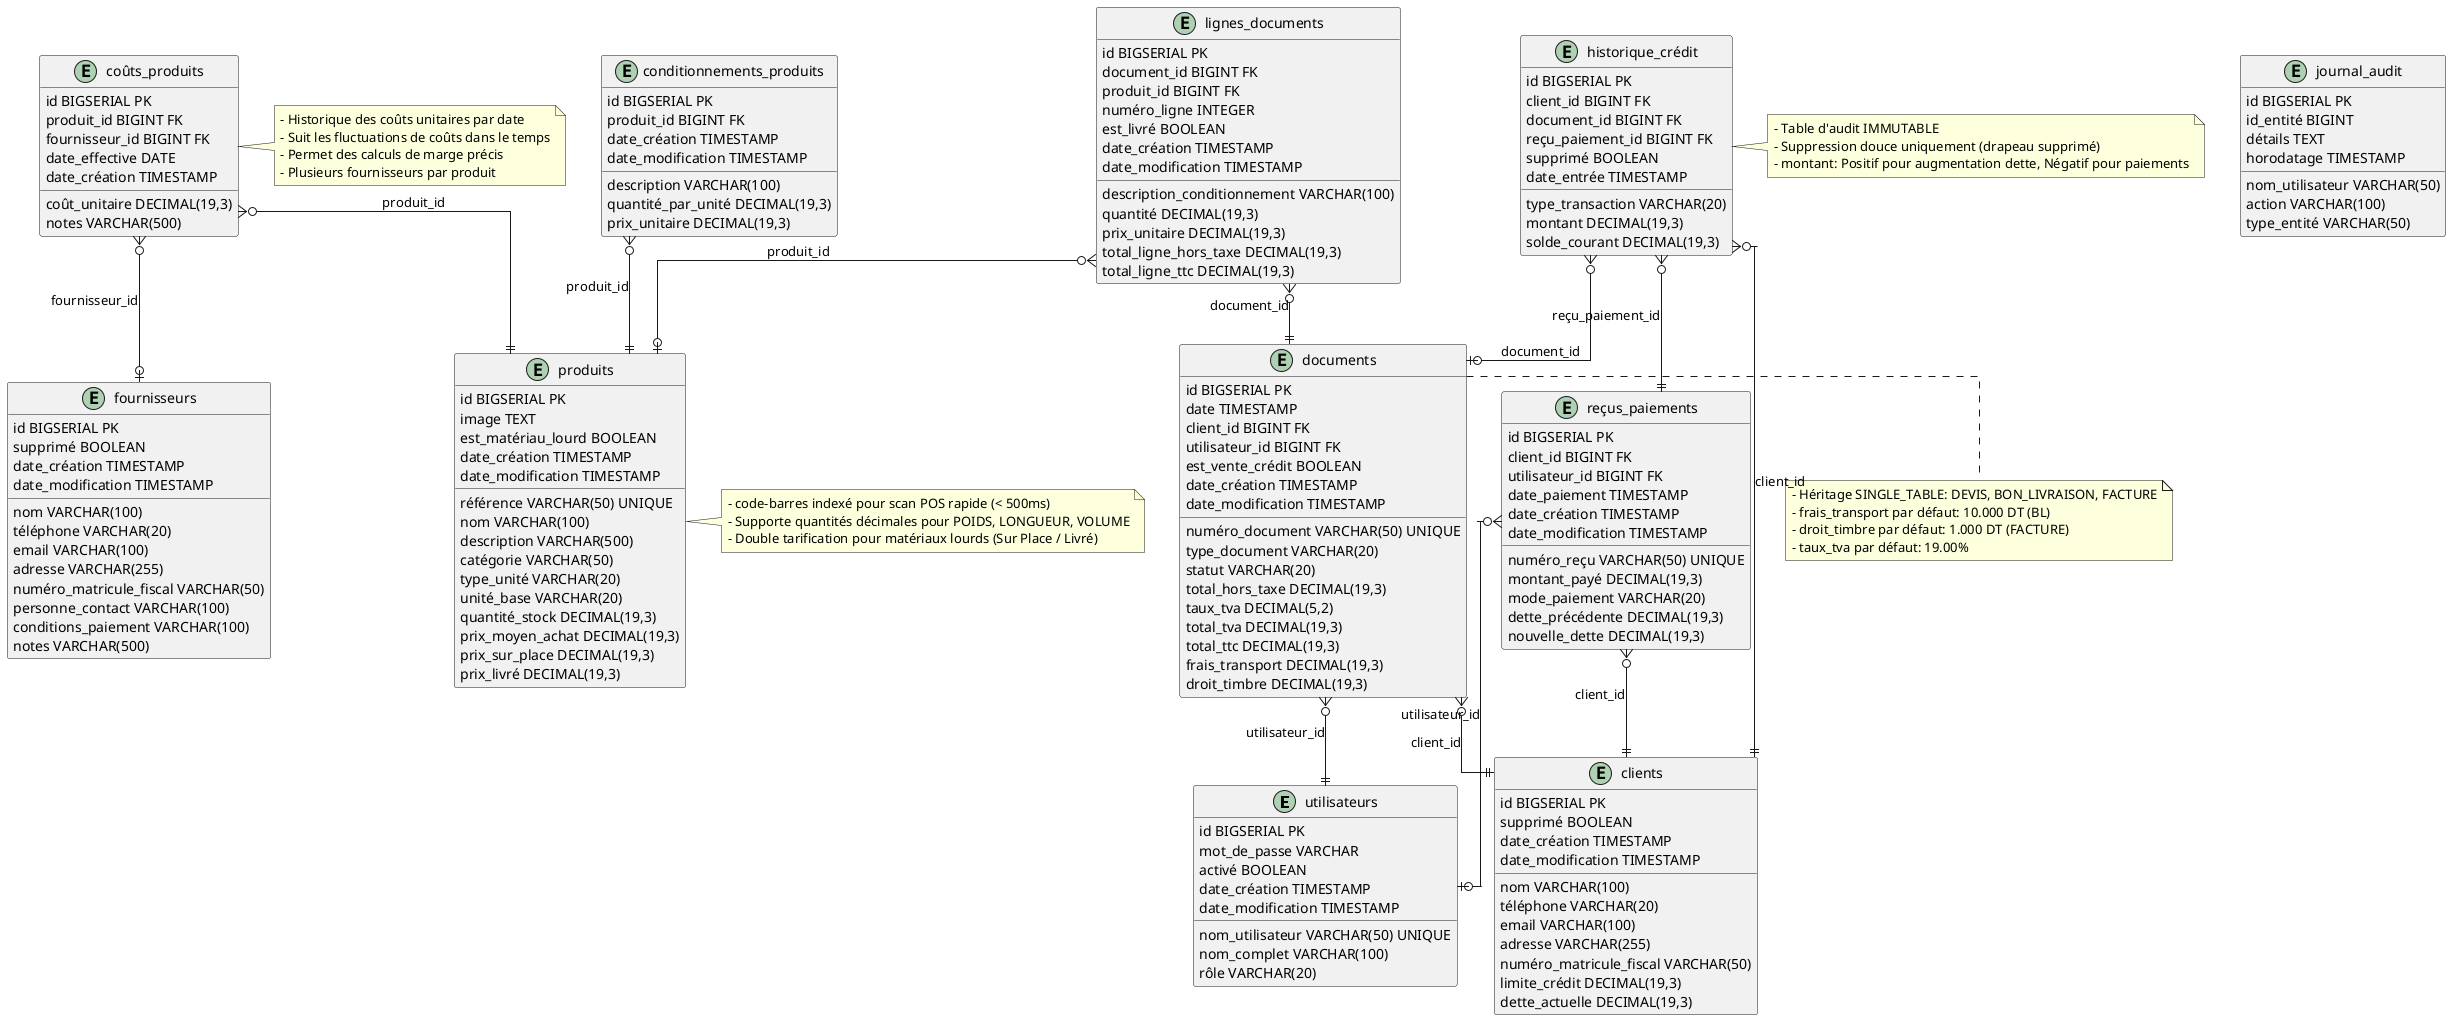
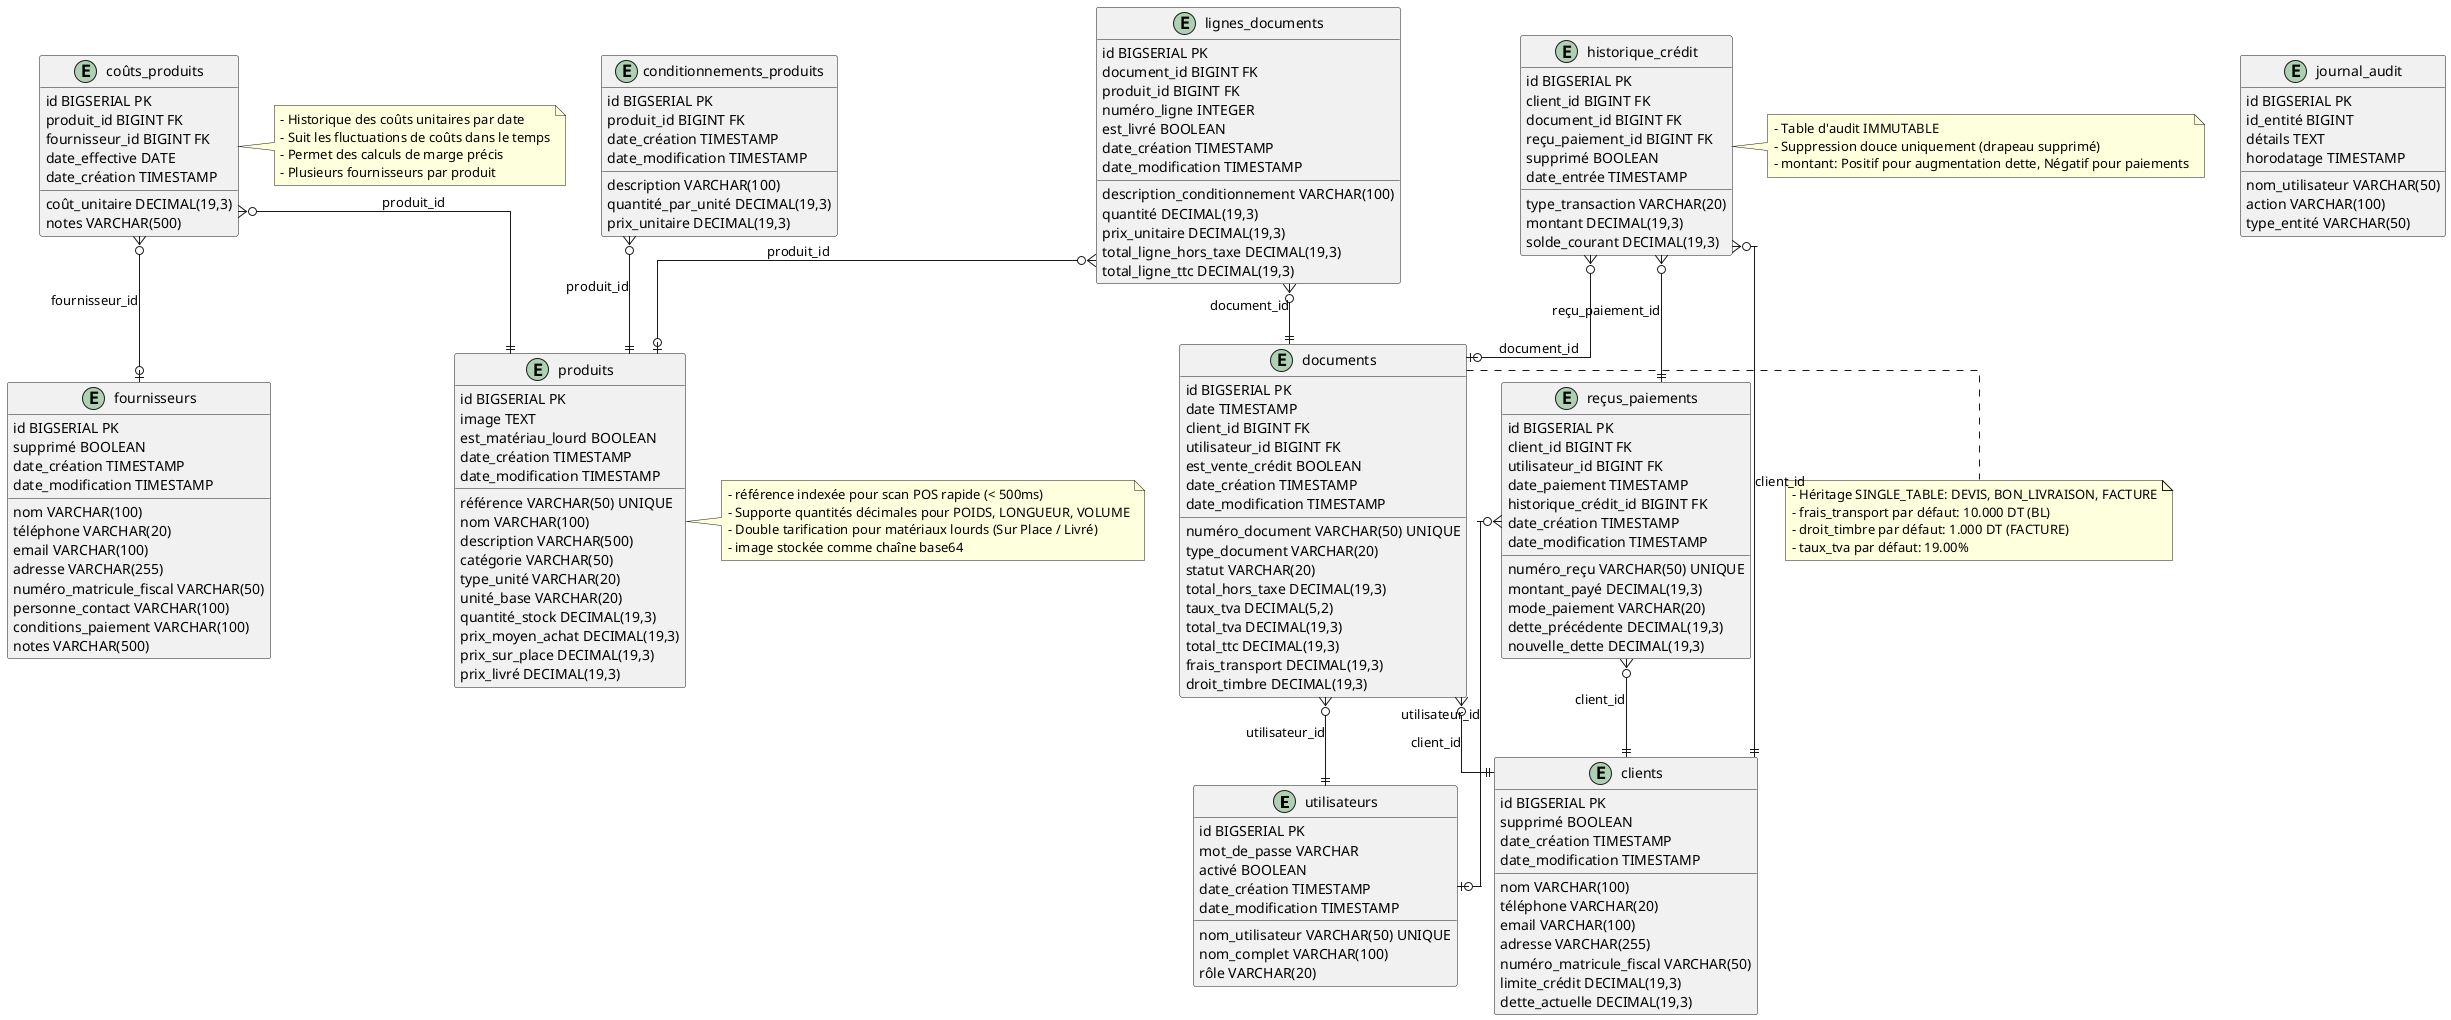
@startuml Schéma Base de Données - Magasin de Matériaux
' INOVEXAHUB - Système de Gestion Commerciale et Point de Vente (POS)
' Sprint 1: Modélisation UML - Schéma Base de Données
' Version: 1.0 (MVP)
' Base de données: PostgreSQL

skinparam linetype ortho
skinparam entity {
  BackgroundColor<<FK>> LightBlue
  BorderColor<<FK>> Blue
}

' ============================================
' TABLES
' ============================================

entity utilisateurs {
  id BIGSERIAL PK
  nom_utilisateur VARCHAR(50) UNIQUE
  mot_de_passe VARCHAR
  nom_complet VARCHAR(100)
  rôle VARCHAR(20)
  activé BOOLEAN
  date_création TIMESTAMP
  date_modification TIMESTAMP
}

entity clients {
  id BIGSERIAL PK
  nom VARCHAR(100)
  téléphone VARCHAR(20)
  email VARCHAR(100)
  adresse VARCHAR(255)
  numéro_matricule_fiscal VARCHAR(50)
  limite_crédit DECIMAL(19,3)
  dette_actuelle DECIMAL(19,3)
  supprimé BOOLEAN
  date_création TIMESTAMP
  date_modification TIMESTAMP
}

entity fournisseurs {
  id BIGSERIAL PK
  nom VARCHAR(100)
  téléphone VARCHAR(20)
  email VARCHAR(100)
  adresse VARCHAR(255)
  numéro_matricule_fiscal VARCHAR(50)
  personne_contact VARCHAR(100)
  conditions_paiement VARCHAR(100)
  notes VARCHAR(500)
  supprimé BOOLEAN
  date_création TIMESTAMP
  date_modification TIMESTAMP
}

entity produits {
  id BIGSERIAL PK
  référence VARCHAR(50) UNIQUE
  nom VARCHAR(100)
  description VARCHAR(500)
  image TEXT
  catégorie VARCHAR(50)
  type_unité VARCHAR(20)
  est_matériau_lourd BOOLEAN
  unité_base VARCHAR(20)
  quantité_stock DECIMAL(19,3)
  prix_moyen_achat DECIMAL(19,3)
  prix_sur_place DECIMAL(19,3)
  prix_livré DECIMAL(19,3)
  date_création TIMESTAMP
  date_modification TIMESTAMP
}

entity conditionnements_produits {
  id BIGSERIAL PK
  produit_id BIGINT FK
  description VARCHAR(100)
  quantité_par_unité DECIMAL(19,3)
  prix_unitaire DECIMAL(19,3)
  date_création TIMESTAMP
  date_modification TIMESTAMP
}

entity coûts_produits {
  id BIGSERIAL PK
  produit_id BIGINT FK
  fournisseur_id BIGINT FK
  coût_unitaire DECIMAL(19,3)
  date_effective DATE
  notes VARCHAR(500)
  date_création TIMESTAMP
}

entity documents {
  id BIGSERIAL PK
  numéro_document VARCHAR(50) UNIQUE
  date TIMESTAMP
  type_document VARCHAR(20)
  statut VARCHAR(20)
  client_id BIGINT FK
  utilisateur_id BIGINT FK
  total_hors_taxe DECIMAL(19,3)
  taux_tva DECIMAL(5,2)
  total_tva DECIMAL(19,3)
  total_ttc DECIMAL(19,3)
  frais_transport DECIMAL(19,3)
  droit_timbre DECIMAL(19,3)
  est_vente_crédit BOOLEAN
  date_création TIMESTAMP
  date_modification TIMESTAMP
}

entity lignes_documents {
  id BIGSERIAL PK
  document_id BIGINT FK
  produit_id BIGINT FK
  numéro_ligne INTEGER
  description_conditionnement VARCHAR(100)
  quantité DECIMAL(19,3)
  prix_unitaire DECIMAL(19,3)
  total_ligne_hors_taxe DECIMAL(19,3)
  total_ligne_ttc DECIMAL(19,3)
  est_livré BOOLEAN
  date_création TIMESTAMP
  date_modification TIMESTAMP
}

entity reçus_paiements {
  id BIGSERIAL PK
  numéro_reçu VARCHAR(50) UNIQUE
  client_id BIGINT FK
  utilisateur_id BIGINT FK
  montant_payé DECIMAL(19,3)
  date_paiement TIMESTAMP
  mode_paiement VARCHAR(20)
  dette_précédente DECIMAL(19,3)
  nouvelle_dette DECIMAL(19,3)
+   historique_crédit_id BIGINT FK
  date_création TIMESTAMP
  date_modification TIMESTAMP
}

entity historique_crédit {
  id BIGSERIAL PK
  client_id BIGINT FK
  document_id BIGINT FK
  reçu_paiement_id BIGINT FK
  type_transaction VARCHAR(20)
  montant DECIMAL(19,3)
  solde_courant DECIMAL(19,3)
  supprimé BOOLEAN
  date_entrée TIMESTAMP
}

entity journal_audit {
  id BIGSERIAL PK
  nom_utilisateur VARCHAR(50)
  action VARCHAR(100)
  type_entité VARCHAR(50)
  id_entité BIGINT
  détails TEXT
  horodatage TIMESTAMP
}

' ============================================
' RELATIONS CLÉS ÉTRANGÈRES
' ============================================

conditionnements_produits }o--|| produits : "produit_id"
coûts_produits }o--|| produits : "produit_id"
coûts_produits }o--o| fournisseurs : "fournisseur_id"
documents }o--|| clients : "client_id"
documents }o--|| utilisateurs : "utilisateur_id"
lignes_documents }o--|| documents : "document_id"
lignes_documents }o--o| produits : "produit_id"
reçus_paiements }o--|| clients : "client_id"
reçus_paiements }o--o| utilisateurs : "utilisateur_id"
historique_crédit }o--|| clients : "client_id"
historique_crédit }o--o| documents : "document_id"
historique_crédit }o--|| reçus_paiements : "reçu_paiement_id"

' ============================================
' NOTES
' ============================================

note right of produits
-   - code-barres indexé pour scan POS rapide (< 500ms)
+   - référence indexée pour scan POS rapide (< 500ms)
  - Supporte quantités décimales pour POIDS, LONGUEUR, VOLUME
  - Double tarification pour matériaux lourds (Sur Place / Livré)
+   - image stockée comme chaîne base64
end note

note right of coûts_produits
  - Historique des coûts unitaires par date
  - Suit les fluctuations de coûts dans le temps
  - Permet des calculs de marge précis
  - Plusieurs fournisseurs par produit
end note

note right of documents
  - Héritage SINGLE_TABLE: DEVIS, BON_LIVRAISON, FACTURE
  - frais_transport par défaut: 10.000 DT (BL)
  - droit_timbre par défaut: 1.000 DT (FACTURE)
  - taux_tva par défaut: 19.00%
end note

note right of historique_crédit
  - Table d'audit IMMUTABLE
  - Suppression douce uniquement (drapeau supprimé)
  - montant: Positif pour augmentation dette, Négatif pour paiements
end note

@enduml
